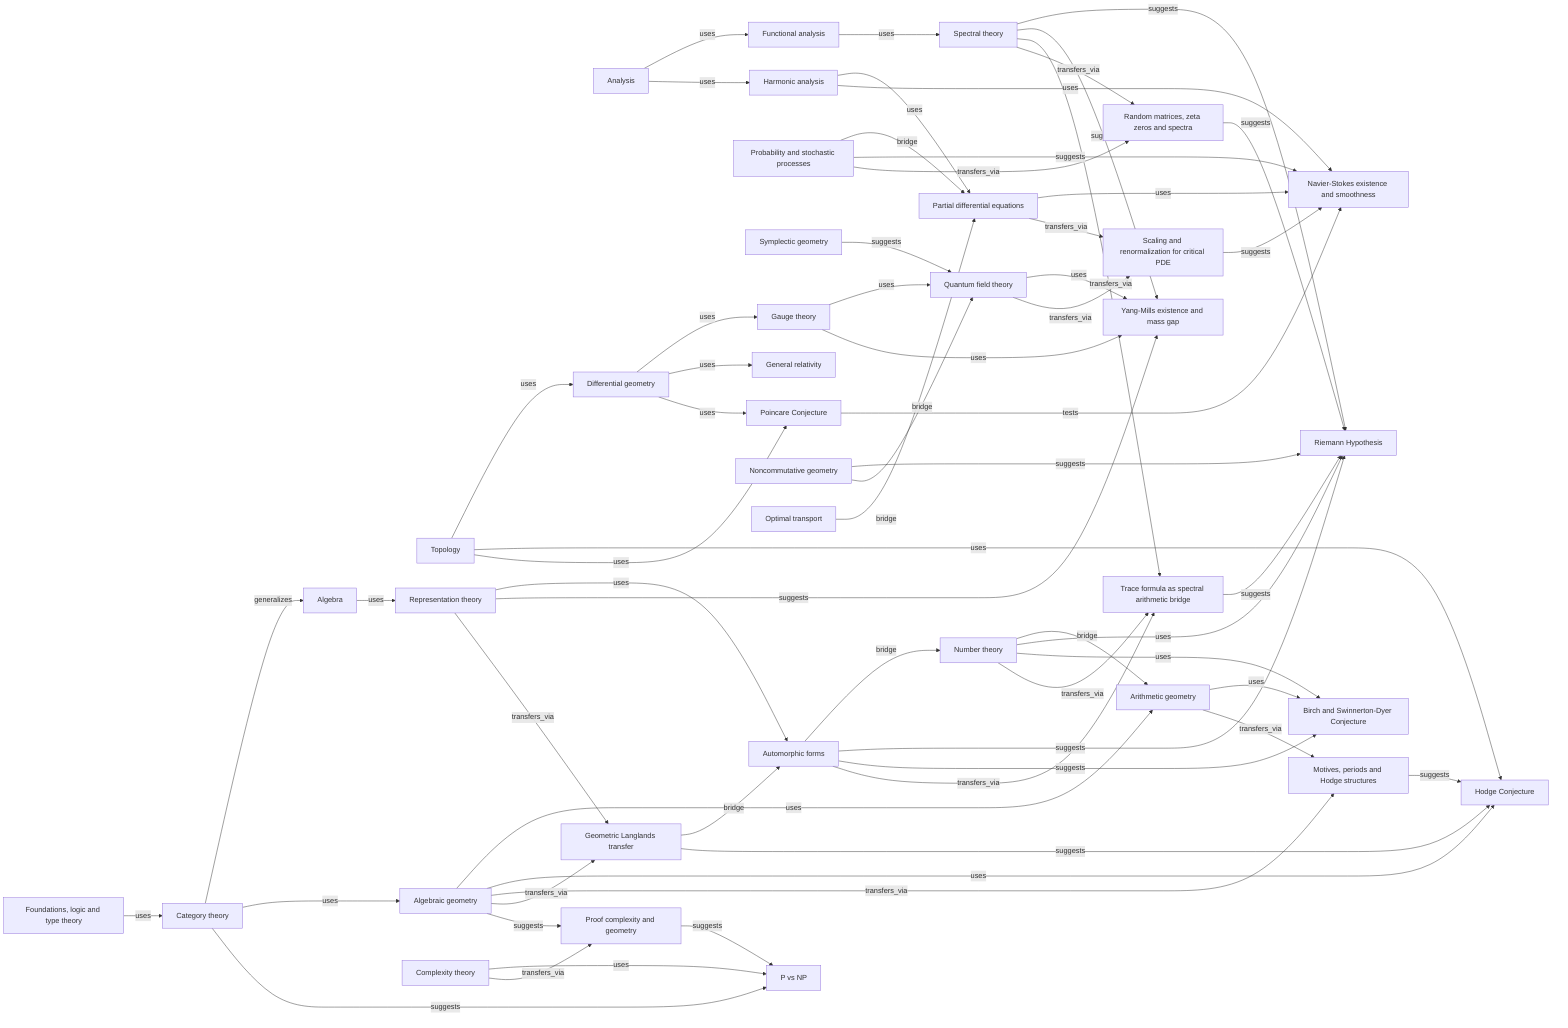
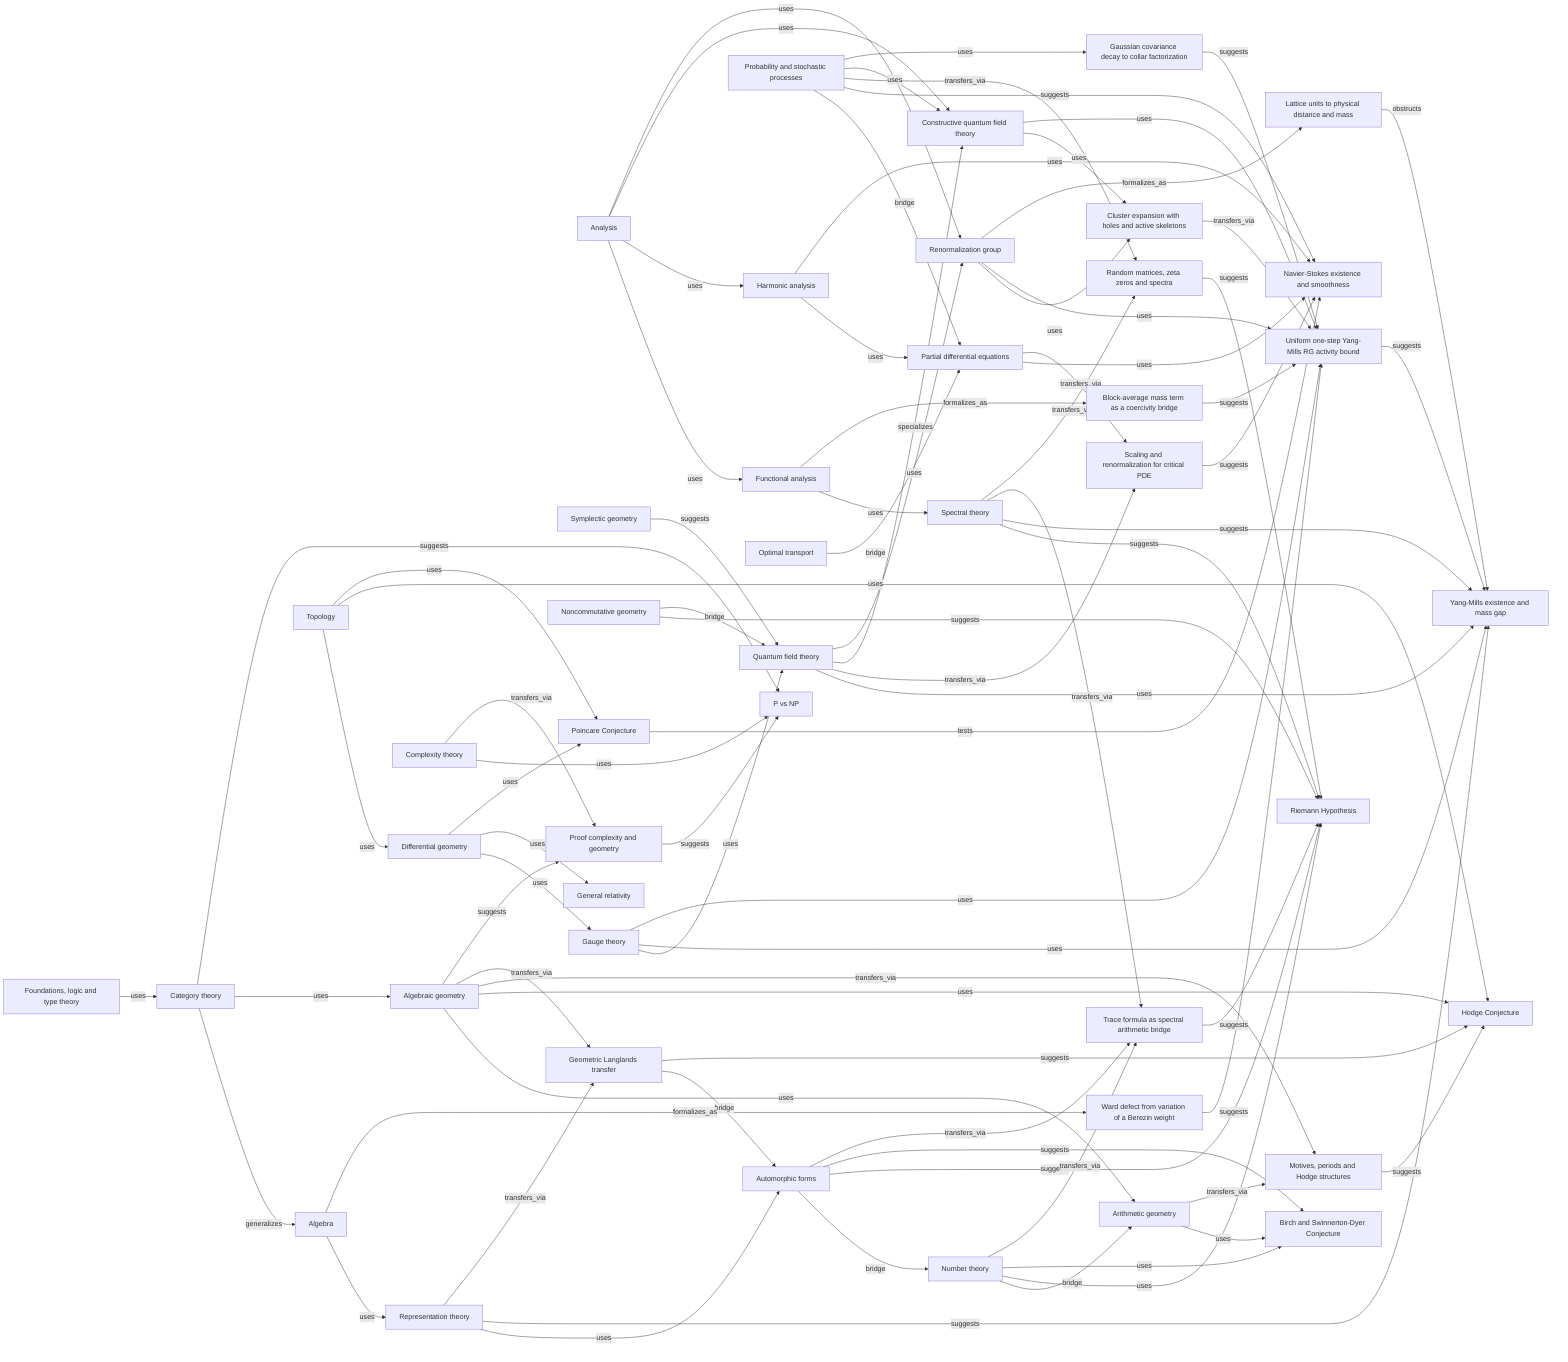
flowchart LR
  domain_foundation_logic["Foundations, logic and type theory"]
  domain_category_theory["Category theory"]
  domain_algebra["Algebra"]
  domain_topology["Topology"]
  domain_analysis["Analysis"]
  domain_functional_analysis["Functional analysis"]
  domain_harmonic_analysis["Harmonic analysis"]
  domain_spectral_theory["Spectral theory"]
  domain_probability_stochastics["Probability and stochastic processes"]
  domain_pde["Partial differential equations"]
  domain_differential_geometry["Differential geometry"]
  domain_symplectic_geometry["Symplectic geometry"]
  domain_algebraic_geometry["Algebraic geometry"]
  domain_arithmetic_geometry["Arithmetic geometry"]
  domain_number_theory["Number theory"]
  domain_automorphic_forms["Automorphic forms"]
  domain_representation_theory["Representation theory"]
  domain_quantum_field_theory["Quantum field theory"]
  domain_gauge_theory["Gauge theory"]
  domain_general_relativity["General relativity"]
  domain_complexity_theory["Complexity theory"]
  domain_noncommutative_geometry["Noncommutative geometry"]
  domain_optimal_transport["Optimal transport"]
  bridge_trace_formula_spectral_arithmetic["Trace formula as spectral arithmetic bridge"]
  bridge_renormalization_scaling_pde["Scaling and renormalization for critical PDE"]
  bridge_motives_periods_hodge["Motives, periods and Hodge structures"]
  bridge_geometric_langlands_transfer["Geometric Langlands transfer"]
  bridge_random_matrix_zeta_spectra["Random matrices, zeta zeros and spectra"]
  bridge_proof_complexity_geometry["Proof complexity and geometry"]
  problem_riemann_hypothesis["Riemann Hypothesis"]
  problem_yang_mills_mass_gap["Yang-Mills existence and mass gap"]
  problem_navier_stokes["Navier-Stokes existence and smoothness"]
  problem_hodge_conjecture["Hodge Conjecture"]
  problem_birch_swinnerton_dyer["Birch and Swinnerton-Dyer Conjecture"]
  problem_p_vs_np["P vs NP"]
  problem_poincare_conjecture["Poincare Conjecture"]
+   domain_constructive_quantum_field_theory["Constructive quantum field theory"]
+   domain_renormalization_group["Renormalization group"]
+   bridge_cluster_expansion_with_holes["Cluster expansion with holes and active skeletons"]
+   bridge_ward_defect_weight_variation["Ward defect from variation of a Berezin weight"]
+   bridge_gaussian_covariance_collar["Gaussian covariance decay to collar factorization"]
+   bridge_lattice_physical_scaling["Lattice units to physical distance and mass"]
+   bridge_block_average_coercivity["Block-average mass term as a coercivity bridge"]
+   problem_uniform_yang_mills_rg_activity["Uniform one-step Yang-Mills RG activity bound"]
  domain_foundation_logic -->|uses| domain_category_theory
  domain_category_theory -->|generalizes| domain_algebra
  domain_category_theory -->|uses| domain_algebraic_geometry
  domain_algebra -->|uses| domain_representation_theory
  domain_topology -->|uses| domain_differential_geometry
  domain_analysis -->|uses| domain_functional_analysis
  domain_functional_analysis -->|uses| domain_spectral_theory
  domain_analysis -->|uses| domain_harmonic_analysis
  domain_harmonic_analysis -->|uses| domain_pde
  domain_probability_stochastics -->|bridge| domain_pde
  domain_optimal_transport -->|bridge| domain_pde
  domain_differential_geometry -->|uses| domain_gauge_theory
  domain_symplectic_geometry -->|suggests| domain_quantum_field_theory
  domain_gauge_theory -->|uses| domain_quantum_field_theory
  domain_differential_geometry -->|uses| domain_general_relativity
  domain_algebraic_geometry -->|uses| domain_arithmetic_geometry
  domain_number_theory -->|bridge| domain_arithmetic_geometry
  domain_representation_theory -->|uses| domain_automorphic_forms
  domain_automorphic_forms -->|bridge| domain_number_theory
  domain_spectral_theory -->|suggests| problem_riemann_hypothesis
  domain_number_theory -->|uses| problem_riemann_hypothesis
  domain_automorphic_forms -->|suggests| problem_riemann_hypothesis
  domain_noncommutative_geometry -->|suggests| problem_riemann_hypothesis
  bridge_random_matrix_zeta_spectra -->|suggests| problem_riemann_hypothesis
  bridge_trace_formula_spectral_arithmetic -->|suggests| problem_riemann_hypothesis
  domain_pde -->|uses| problem_navier_stokes
  domain_harmonic_analysis -->|uses| problem_navier_stokes
  bridge_renormalization_scaling_pde -->|suggests| problem_navier_stokes
  domain_probability_stochastics -->|suggests| problem_navier_stokes
  domain_gauge_theory -->|uses| problem_yang_mills_mass_gap
  domain_quantum_field_theory -->|uses| problem_yang_mills_mass_gap
  domain_representation_theory -->|suggests| problem_yang_mills_mass_gap
  domain_spectral_theory -->|suggests| problem_yang_mills_mass_gap
  domain_algebraic_geometry -->|uses| problem_hodge_conjecture
  domain_topology -->|uses| problem_hodge_conjecture
  bridge_motives_periods_hodge -->|suggests| problem_hodge_conjecture
  domain_arithmetic_geometry -->|uses| problem_birch_swinnerton_dyer
  domain_automorphic_forms -->|suggests| problem_birch_swinnerton_dyer
  domain_number_theory -->|uses| problem_birch_swinnerton_dyer
  domain_complexity_theory -->|uses| problem_p_vs_np
  bridge_proof_complexity_geometry -->|suggests| problem_p_vs_np
  domain_category_theory -->|suggests| problem_p_vs_np
  domain_topology -->|uses| problem_poincare_conjecture
  domain_differential_geometry -->|uses| problem_poincare_conjecture
  problem_poincare_conjecture -->|tests| problem_navier_stokes
  bridge_geometric_langlands_transfer -->|bridge| domain_automorphic_forms
  bridge_geometric_langlands_transfer -->|suggests| problem_hodge_conjecture
  domain_noncommutative_geometry -->|bridge| domain_quantum_field_theory
  domain_spectral_theory -->|transfers_via| bridge_trace_formula_spectral_arithmetic
  domain_automorphic_forms -->|transfers_via| bridge_trace_formula_spectral_arithmetic
  domain_number_theory -->|transfers_via| bridge_trace_formula_spectral_arithmetic
  domain_pde -->|transfers_via| bridge_renormalization_scaling_pde
  domain_quantum_field_theory -->|transfers_via| bridge_renormalization_scaling_pde
  domain_algebraic_geometry -->|transfers_via| bridge_motives_periods_hodge
  domain_arithmetic_geometry -->|transfers_via| bridge_motives_periods_hodge
  domain_representation_theory -->|transfers_via| bridge_geometric_langlands_transfer
  domain_algebraic_geometry -->|transfers_via| bridge_geometric_langlands_transfer
  domain_probability_stochastics -->|transfers_via| bridge_random_matrix_zeta_spectra
  domain_spectral_theory -->|transfers_via| bridge_random_matrix_zeta_spectra
  domain_complexity_theory -->|transfers_via| bridge_proof_complexity_geometry
  domain_algebraic_geometry -->|suggests| bridge_proof_complexity_geometry
+   domain_quantum_field_theory -->|specializes| domain_constructive_quantum_field_theory
+   domain_analysis -->|uses| domain_constructive_quantum_field_theory
+   domain_probability_stochastics -->|uses| domain_constructive_quantum_field_theory
+   domain_quantum_field_theory -->|uses| domain_renormalization_group
+   domain_analysis -->|uses| domain_renormalization_group
+   domain_constructive_quantum_field_theory -->|uses| bridge_cluster_expansion_with_holes
+   domain_renormalization_group -->|uses| bridge_cluster_expansion_with_holes
+   bridge_cluster_expansion_with_holes -->|transfers_via| problem_uniform_yang_mills_rg_activity
+   domain_gauge_theory -->|uses| problem_uniform_yang_mills_rg_activity
+   domain_renormalization_group -->|uses| problem_uniform_yang_mills_rg_activity
+   problem_uniform_yang_mills_rg_activity -->|suggests| problem_yang_mills_mass_gap
+   domain_algebra -->|formalizes_as| bridge_ward_defect_weight_variation
+   bridge_ward_defect_weight_variation -->|suggests| problem_uniform_yang_mills_rg_activity
+   domain_probability_stochastics -->|uses| bridge_gaussian_covariance_collar
+   bridge_gaussian_covariance_collar -->|suggests| problem_uniform_yang_mills_rg_activity
+   domain_functional_analysis -->|formalizes_as| bridge_block_average_coercivity
+   bridge_block_average_coercivity -->|suggests| problem_uniform_yang_mills_rg_activity
+   domain_renormalization_group -->|formalizes_as| bridge_lattice_physical_scaling
+   bridge_lattice_physical_scaling -->|obstructs| problem_yang_mills_mass_gap
+   domain_constructive_quantum_field_theory -->|uses| problem_uniform_yang_mills_rg_activity
